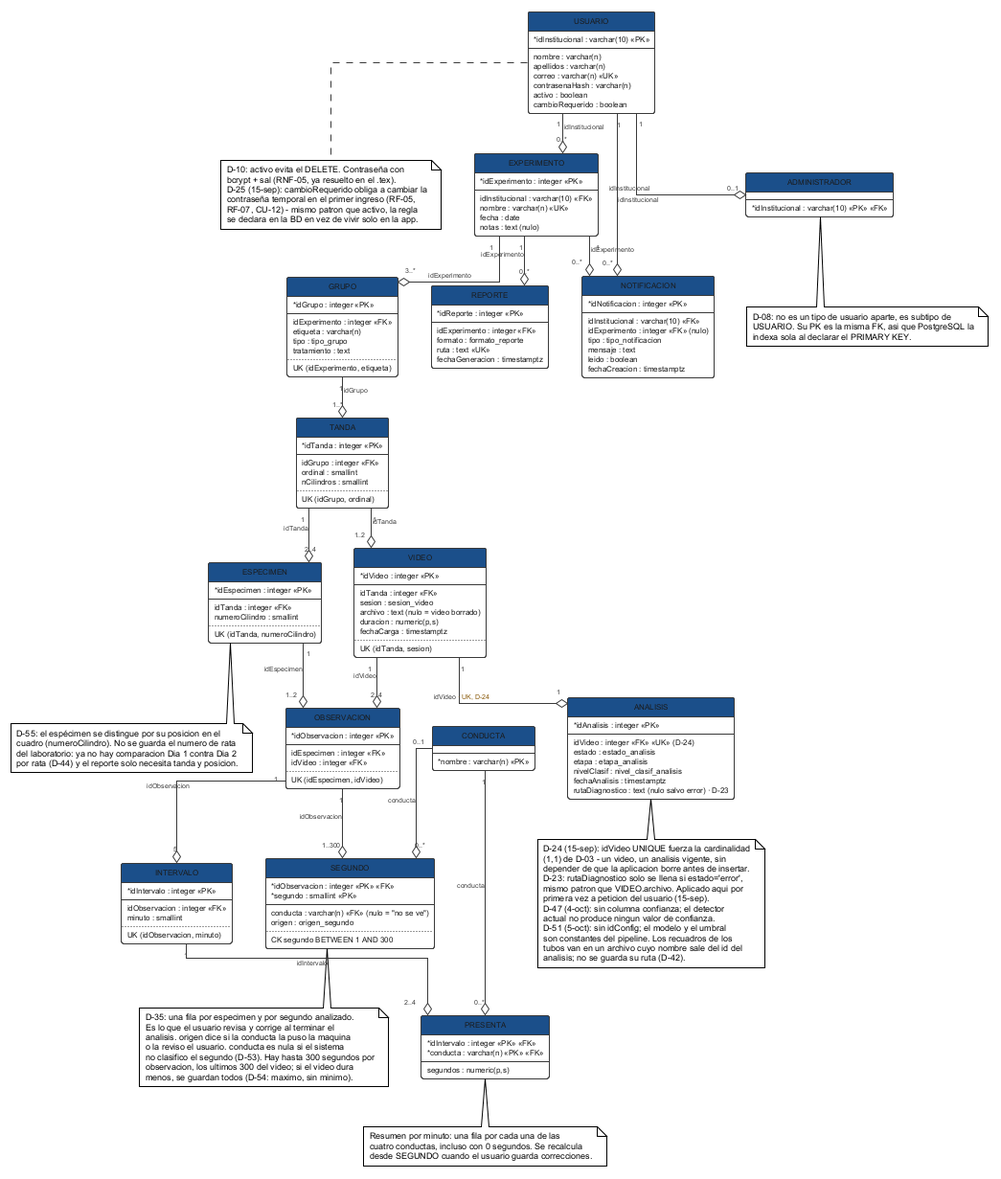
ErickJester/fst-ai-system-latex keeps this PlantUML diagram as figures/mermaid/esquema_fisico.png. Above is the earlier version. Its diagram source:
```plantuml
@startuml esquema_fisico

!theme plain
skinparam defaultFontName Arial
skinparam defaultFontSize 9
skinparam shadowing false
skinparam linetype ortho
skinparam classAttributeIconSize 0
skinparam BackgroundColor White
skinparam nodesep 34
skinparam ranksep 42

hide circle

skinparam class {
  BackgroundColor       #FAFAFA
  BorderColor           #3A3A3A
  BorderThickness       1
  HeaderBackgroundColor #1B4F8A
  HeaderFontColor       #FFFFFF
  HeaderFontSize        10
  HeaderFontStyle       bold
  AttributeFontSize     8
  AttributeFontColor    #1A1A1A
}

skinparam arrow {
  Color     #3A3A3A
  Thickness 1
  FontSize  7
  FontColor #3A3A3A
}


entity USUARIO {
  * idInstitucional : varchar(10) <<PK>>
  --
  nombre : varchar(n)
  apellidos : varchar(n)
  correo : varchar(n) <<UK>>
  contrasenaHash : varchar(n)
  activo : boolean
  cambioRequerido : boolean
}
note bottom of USUARIO
  D-10: activo evita el DELETE. Contraseña con
  bcrypt + sal (RNF-05, ya resuelto en el .tex).
  D-25 (15-sep): cambioRequerido obliga a cambiar la
  contraseña temporal en el primer ingreso (RF-05,
  RF-07, CU-12) - mismo patron que activo, la regla
  se declara en la BD en vez de vivir solo en la app.
end note

entity EXPERIMENTO {
  * idExperimento : integer <<PK>>
  --
  idInstitucional : varchar(10) <<FK>>
  nombre : varchar(n) <<UK>>
  fecha : date
  notas : text (nulo)
}

entity GRUPO {
  * idGrupo : integer <<PK>>
  --
  idExperimento : integer <<FK>>
  etiqueta : varchar(n)
  tipo : tipo_grupo
  tratamiento : text
  ..
  UK (idExperimento, etiqueta)
}

entity TANDA {
  * idTanda : integer <<PK>>
  --
  idGrupo : integer <<FK>>
  ordinal : smallint
  nCilindros : smallint
  ..
  UK (idGrupo, ordinal)
}

entity ESPECIMEN {
  * idEspecimen : integer <<PK>>
  --
  idTanda : integer <<FK>>
  numeroCilindro : smallint
  ..
  UK (idTanda, numeroCilindro)
}
note bottom of ESPECIMEN
  D-55: el espécimen se distingue por su posicion en el
  cuadro (numeroCilindro). No se guarda el numero de rata
  del laboratorio: ya no hay comparacion Dia 1 contra Dia 2
  por rata (D-44) y el reporte solo necesita tanda y posicion.
end note

entity VIDEO {
  * idVideo : integer <<PK>>
  --
  idTanda : integer <<FK>>
  sesion : sesion_video
  archivo : text (nulo = video borrado)
  duracion : numeric(p,s)
  fechaCarga : timestamptz
  ..
  UK (idTanda, sesion)
}

entity ANALISIS {
  * idAnalisis : integer <<PK>>
  --
  idVideo : integer <<FK>> <<UK>> (D-24)
  estado : estado_analisis
  etapa : etapa_analisis
  nivelClasif : nivel_clasif_analisis
  fechaAnalisis : timestamptz
  rutaDiagnostico : text (nulo salvo error) · D-23
}
note bottom of ANALISIS
  D-24 (15-sep): idVideo UNIQUE fuerza la cardinalidad
  (1,1) de D-03 - un video, un analisis vigente, sin
  depender de que la aplicacion borre antes de insertar.
  D-23: rutaDiagnostico solo se llena si estado='error',
  mismo patron que VIDEO.archivo. Aplicado aqui por
  primera vez a peticion del usuario (15-sep).
  D-47 (4-oct): sin columna confianza; el detector
  actual no produce ningun valor de confianza.
  D-51 (5-oct): sin idConfig; el modelo y el umbral
  son constantes del pipeline. Los recuadros de los
  tubos van en un archivo cuyo nombre sale del id del
  analisis; no se guarda su ruta (D-42).
end note

entity OBSERVACION {
  * idObservacion : integer <<PK>>
  --
  idEspecimen : integer <<FK>>
  idVideo : integer <<FK>>
  ..
  UK (idEspecimen, idVideo)
}

entity INTERVALO {
  * idIntervalo : integer <<PK>>
  --
  idObservacion : integer <<FK>>
  minuto : smallint
  ..
  UK (idObservacion, minuto)
}

entity CONDUCTA {
  * nombre : varchar(n) <<PK>>
}

entity PRESENTA {
  * idIntervalo : integer <<PK>> <<FK>>
  * conducta : varchar(n) <<PK>> <<FK>>
  --
  segundos : numeric(p,s)
}
note bottom of PRESENTA
  Resumen por minuto: una fila por cada una de las
  cuatro conductas, incluso con 0 segundos. Se recalcula
  desde SEGUNDO cuando el usuario guarda correcciones.
end note

entity SEGUNDO {
  * idObservacion : integer <<PK>> <<FK>>
  * segundo : smallint <<PK>>
  --
  conducta : varchar(n) <<FK>> (nulo = "no se ve")
  origen : origen_segundo
  ..
  CK segundo BETWEEN 1 AND 300
}
note bottom of SEGUNDO
  D-35: una fila por especimen y por segundo analizado.
  Es lo que el usuario revisa y corrige al terminar el
  analisis. origen dice si la conducta la puso la maquina
  o la reviso el usuario. conducta es nula si el sistema
  no clasifico el segundo (D-53). Hay hasta 300 segundos por
  observacion, los ultimos 300 del video; si el video dura
  menos, se guardan todos (D-54: maximo, sin minimo).
end note

entity ADMINISTRADOR {
  * idInstitucional : varchar(10) <<PK>> <<FK>>
}
note bottom of ADMINISTRADOR
  D-08: no es un tipo de usuario aparte, es subtipo de
  USUARIO. Su PK es la misma FK, asi que PostgreSQL la
  indexa sola al declarar el PRIMARY KEY.
end note


entity REPORTE {
  * idReporte : integer <<PK>>
  --
  idExperimento : integer <<FK>>
  formato : formato_reporte
  ruta : text <<UK>>
  fechaGeneracion : timestamptz
}

entity NOTIFICACION {
  * idNotificacion : integer <<PK>>
  --
  idInstitucional : varchar(10) <<FK>>
  idExperimento : integer <<FK>> (nulo)
  tipo : tipo_notificacion
  mensaje : text
  leido : boolean
  fechaCreacion : timestamptz
}


USUARIO        "1" --o "0..*" EXPERIMENTO              : idInstitucional
USUARIO        "1" --o "0..*" NOTIFICACION              : idInstitucional
USUARIO        "1" --o "0..1" ADMINISTRADOR             : idInstitucional

EXPERIMENTO    "1" --o "3..*" GRUPO                     : idExperimento
EXPERIMENTO    "1" --o "0..*" REPORTE                   : idExperimento
EXPERIMENTO    "1" --o "0..*" NOTIFICACION               : idExperimento

GRUPO          "1" --o "1..*" TANDA                     : idGrupo
TANDA          "1" --o "2..4" ESPECIMEN                 : idTanda
TANDA          "1" --o "1..2" VIDEO                     : idTanda

VIDEO          "1" --o "1"    ANALISIS                  : idVideo <color:#8A5A0B>· UK, D-24</color>
VIDEO          "1" --o "2..4" OBSERVACION                : idVideo

ESPECIMEN      "1" --o "1..2" OBSERVACION                : idEspecimen

OBSERVACION    "1" --o "5"    INTERVALO                 : idObservacion
INTERVALO      "1" --o "2..4" PRESENTA                  : idIntervalo
CONDUCTA       "1" --o "0..*" PRESENTA                  : conducta

OBSERVACION    "1" --o "1..300" SEGUNDO                 : idObservacion
CONDUCTA       "0..1" --o "0..*" SEGUNDO                : conducta

@enduml
```
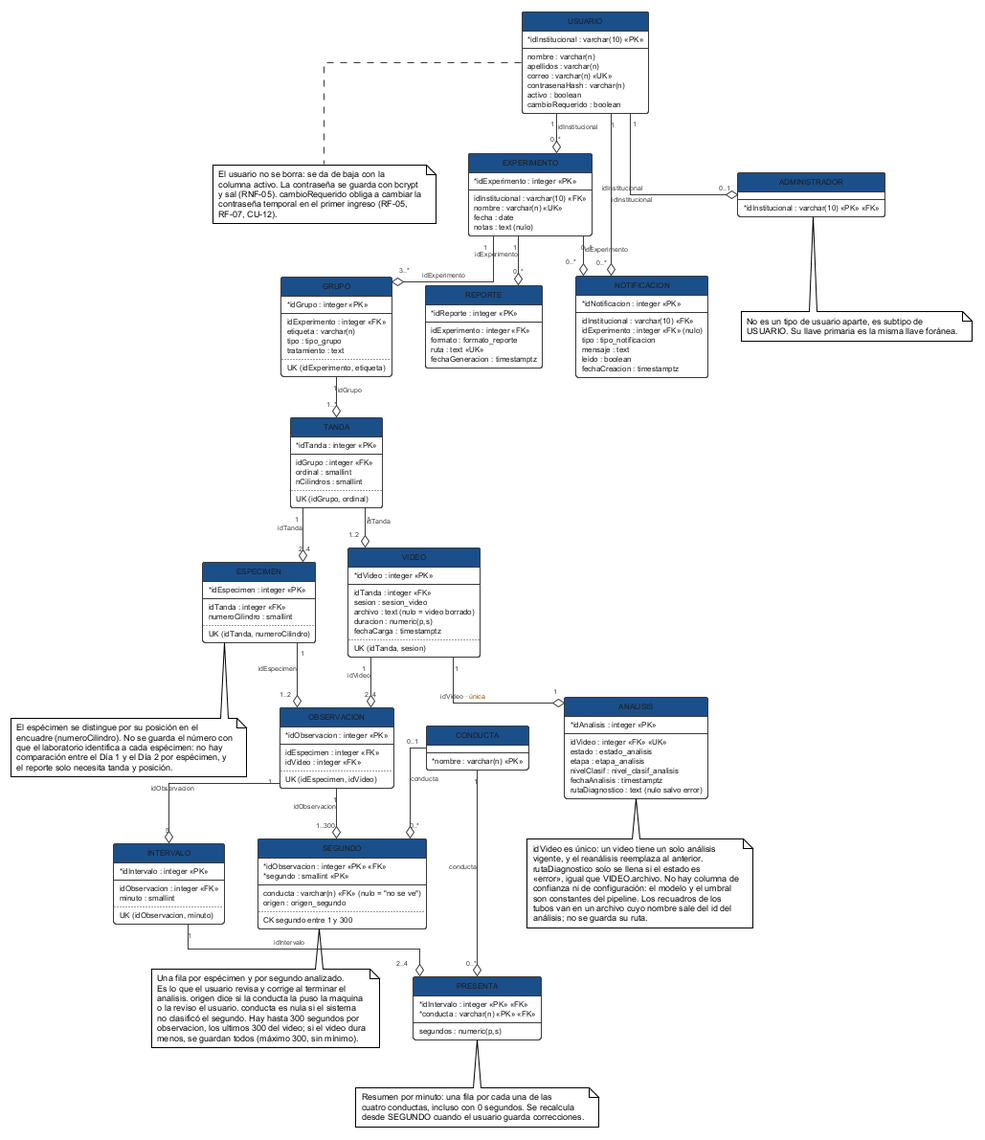
Above is the later version.

Diff of the diagram source:
```diff
@@ -43,12 +43,11 @@
   cambioRequerido : boolean
 }
 note bottom of USUARIO
-  D-10: activo evita el DELETE. Contraseña con
-  bcrypt + sal (RNF-05, ya resuelto en el .tex).
-  D-25 (15-sep): cambioRequerido obliga a cambiar la
+  El usuario no se borra: se da de baja con la
+  columna activo. La contraseña se guarda con bcrypt
+  y sal (RNF-05). cambioRequerido obliga a cambiar la
   contraseña temporal en el primer ingreso (RF-05,
-  RF-07, CU-12) - mismo patron que activo, la regla
-  se declara en la BD en vez de vivir solo en la app.
+  RF-07, CU-12).
 end note
 
 entity EXPERIMENTO {
@@ -90,10 +89,11 @@
   UK (idTanda, numeroCilindro)
 }
 note bottom of ESPECIMEN
-  D-55: el espécimen se distingue por su posicion en el
-  cuadro (numeroCilindro). No se guarda el numero de rata
-  del laboratorio: ya no hay comparacion Dia 1 contra Dia 2
-  por rata (D-44) y el reporte solo necesita tanda y posicion.
+  El espécimen se distingue por su posición en el
+  encuadre (numeroCilindro). No se guarda el número con
+  que el laboratorio identifica a cada espécimen: no hay
+  comparación entre el Día 1 y el Día 2 por espécimen, y
+  el reporte solo necesita tanda y posición.
 end note
 
 entity VIDEO {
@@ -111,26 +111,22 @@
 entity ANALISIS {
   * idAnalisis : integer <<PK>>
   --
-  idVideo : integer <<FK>> <<UK>> (D-24)
+  idVideo : integer <<FK>> <<UK>>
   estado : estado_analisis
   etapa : etapa_analisis
   nivelClasif : nivel_clasif_analisis
   fechaAnalisis : timestamptz
-  rutaDiagnostico : text (nulo salvo error) · D-23
+  rutaDiagnostico : text (nulo salvo error)
 }
 note bottom of ANALISIS
-  D-24 (15-sep): idVideo UNIQUE fuerza la cardinalidad
-  (1,1) de D-03 - un video, un analisis vigente, sin
-  depender de que la aplicacion borre antes de insertar.
-  D-23: rutaDiagnostico solo se llena si estado='error',
-  mismo patron que VIDEO.archivo. Aplicado aqui por
-  primera vez a peticion del usuario (15-sep).
-  D-47 (4-oct): sin columna confianza; el detector
-  actual no produce ningun valor de confianza.
-  D-51 (5-oct): sin idConfig; el modelo y el umbral
+  idVideo es único: un video tiene un solo análisis
+  vigente, y el reanálisis reemplaza al anterior.
+  rutaDiagnostico solo se llena si el estado es
+  «error», igual que VIDEO.archivo. No hay columna de
+  confianza ni de configuración: el modelo y el umbral
   son constantes del pipeline. Los recuadros de los
   tubos van en un archivo cuyo nombre sale del id del
-  analisis; no se guarda su ruta (D-42).
+  análisis; no se guarda su ruta.
 end note
 
 entity OBSERVACION {
@@ -174,25 +170,24 @@
   conducta : varchar(n) <<FK>> (nulo = "no se ve")
   origen : origen_segundo
   ..
-  CK segundo BETWEEN 1 AND 300
+  CK segundo entre 1 y 300
 }
 note bottom of SEGUNDO
-  D-35: una fila por especimen y por segundo analizado.
+  Una fila por espécimen y por segundo analizado.
   Es lo que el usuario revisa y corrige al terminar el
   analisis. origen dice si la conducta la puso la maquina
   o la reviso el usuario. conducta es nula si el sistema
-  no clasifico el segundo (D-53). Hay hasta 300 segundos por
+  no clasificó el segundo. Hay hasta 300 segundos por
   observacion, los ultimos 300 del video; si el video dura
-  menos, se guardan todos (D-54: maximo, sin minimo).
+  menos, se guardan todos (máximo 300, sin mínimo).
 end note
 
 entity ADMINISTRADOR {
   * idInstitucional : varchar(10) <<PK>> <<FK>>
 }
 note bottom of ADMINISTRADOR
-  D-08: no es un tipo de usuario aparte, es subtipo de
-  USUARIO. Su PK es la misma FK, asi que PostgreSQL la
-  indexa sola al declarar el PRIMARY KEY.
+  No es un tipo de usuario aparte, es subtipo de
+  USUARIO. Su llave primaria es la misma llave foránea.
 end note
 
 
@@ -223,13 +218,13 @@
 
 EXPERIMENTO    "1" --o "3..*" GRUPO                     : idExperimento
 EXPERIMENTO    "1" --o "0..*" REPORTE                   : idExperimento
-EXPERIMENTO    "1" --o "0..*" NOTIFICACION               : idExperimento
+EXPERIMENTO    "0..1" --o "0..*" NOTIFICACION               : idExperimento
 
 GRUPO          "1" --o "1..*" TANDA                     : idGrupo
 TANDA          "1" --o "2..4" ESPECIMEN                 : idTanda
 TANDA          "1" --o "1..2" VIDEO                     : idTanda
 
-VIDEO          "1" --o "1"    ANALISIS                  : idVideo <color:#8A5A0B>· UK, D-24</color>
+VIDEO          "1" --o "1"    ANALISIS                  : idVideo <color:#8A5A0B>· única</color>
 VIDEO          "1" --o "2..4" OBSERVACION                : idVideo
 
 ESPECIMEN      "1" --o "1..2" OBSERVACION                : idEspecimen
```
